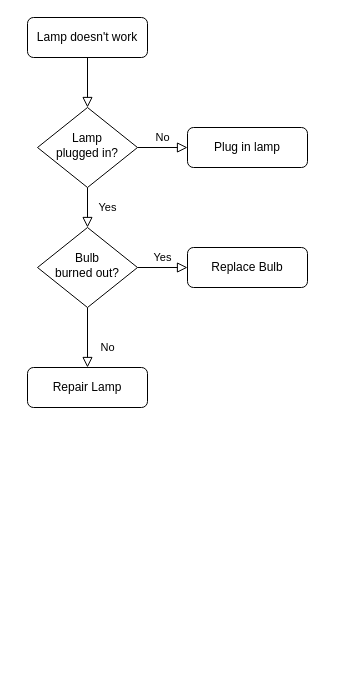
This is Untitled Diagram.drawio from jpedoukou/Flowcharts, a draw.io file, before an edit. Source tidied: cells renumbered, new cells numbered last; positions are measured from the earlier drawing's top-left corner, leaving out a move shared by most shapes. Both pictures are drawn from the tidied source at 100%, with x=0, y=0 at pixel (27, 17).
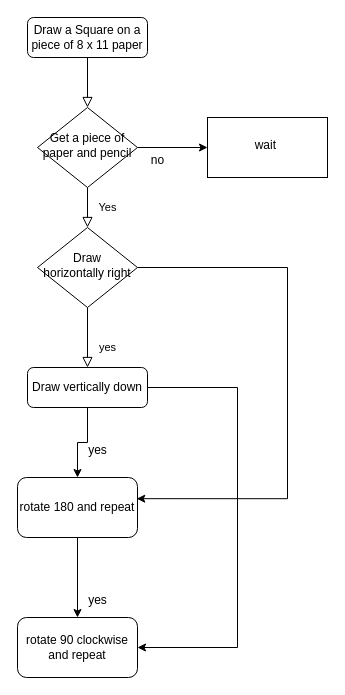
The same page after the edit.

Diff of the diagram source:
```diff
@@
-    <mxCell id="3" value="Lamp doesn't work" style="rounded=1;whiteSpace=wrap;html=1;fontSize=12;glass=0;strokeWidth=1;shadow=0;" parent="1" vertex="1">
+    <mxCell id="3" value="Draw a Square on a piece of 8 x 11 paper" style="rounded=1;whiteSpace=wrap;html=1;fontSize=12;glass=0;strokeWidth=1;shadow=0;" parent="1" vertex="1">
       <mxGeometry width="120" height="40" as="geometry" />
     </mxCell>
@@
-    <mxCell id="5" value="No" style="edgeStyle=orthogonalEdgeStyle;rounded=0;html=1;jettySize=auto;fontSize=11;endArrow=block;endFill=0;endSize=8;strokeWidth=1;shadow=0;labelBackgroundColor=none;" parent="1" edge="1" source="6" target="7">
-      <mxGeometry y="10" relative="1" as="geometry" />
-    </mxCell>
+    <mxCell id="13" style="edgeStyle=orthogonalEdgeStyle;rounded=0;jettySize=auto;html=1;" parent="1" edge="1" source="6" target="17">
+      <mxGeometry relative="1" as="geometry" />
+    </mxCell>
-    <mxCell id="6" value="Lamp&lt;br&gt;plugged in?" style="rhombus;whiteSpace=wrap;html=1;shadow=0;fontFamily=Helvetica;fontSize=12;align=center;strokeWidth=1;spacing=6;spacingTop=-4;" parent="1" vertex="1">
+    <mxCell id="6" value="Get a piece of paper and pencil" style="rhombus;whiteSpace=wrap;html=1;shadow=0;fontFamily=Helvetica;fontSize=12;align=center;strokeWidth=1;spacing=6;spacingTop=-4;" parent="1" vertex="1">
       <mxGeometry x="10" y="90" width="100" height="80" as="geometry" />
     </mxCell>
-    <mxCell id="7" value="Plug in lamp" style="rounded=1;whiteSpace=wrap;html=1;fontSize=12;glass=0;strokeWidth=1;shadow=0;" parent="1" vertex="1">
-      <mxGeometry x="160" y="110" width="120" height="40" as="geometry" />
-    </mxCell>
-    <mxCell id="8" value="No" style="rounded=0;html=1;jettySize=auto;fontSize=11;endArrow=block;endFill=0;endSize=8;strokeWidth=1;shadow=0;labelBackgroundColor=none;edgeStyle=orthogonalEdgeStyle;" parent="1" edge="1" source="10" target="11">
+    <mxCell id="8" value="yes" style="rounded=0;html=1;jettySize=auto;fontSize=11;endArrow=block;endFill=0;endSize=8;strokeWidth=1;shadow=0;labelBackgroundColor=none;edgeStyle=orthogonalEdgeStyle;" parent="1" edge="1" source="10" target="11">
       <mxGeometry x="0.33" y="20" relative="1" as="geometry" />
     </mxCell>
-    <mxCell id="9" value="Yes" style="edgeStyle=orthogonalEdgeStyle;rounded=0;html=1;jettySize=auto;fontSize=11;endArrow=block;endFill=0;endSize=8;strokeWidth=1;shadow=0;labelBackgroundColor=none;" parent="1" edge="1" source="10" target="12">
-      <mxGeometry y="10" relative="1" as="geometry" />
-    </mxCell>
+    <mxCell id="14" style="edgeStyle=orthogonalEdgeStyle;rounded=0;jettySize=auto;html=1;entryX=0.994;entryY=0.353;entryDx=0;entryDy=0;entryPerimeter=0;" parent="1" edge="1" source="10" target="20">
+      <mxGeometry relative="1" as="geometry">
+        <Array as="points">
+          <mxPoint x="260" y="250" />
+          <mxPoint x="260" y="481" />
+        </Array>
+      </mxGeometry>
+    </mxCell>
-    <mxCell id="10" value="Bulb&lt;br&gt;burned out?" style="rhombus;whiteSpace=wrap;html=1;shadow=0;fontFamily=Helvetica;fontSize=12;align=center;strokeWidth=1;spacing=6;spacingTop=-4;" parent="1" vertex="1">
+    <mxCell id="10" value="Draw horizontally right" style="rhombus;whiteSpace=wrap;html=1;shadow=0;fontFamily=Helvetica;fontSize=12;align=center;strokeWidth=1;spacing=6;spacingTop=-4;" parent="1" vertex="1">
       <mxGeometry x="10" y="210" width="100" height="80" as="geometry" />
     </mxCell>
+    <mxCell id="15" style="edgeStyle=orthogonalEdgeStyle;rounded=0;jettySize=auto;html=1;" parent="1" edge="1" source="11" target="20">
+      <mxGeometry relative="1" as="geometry" />
+    </mxCell>
+    <mxCell id="16" style="edgeStyle=orthogonalEdgeStyle;rounded=0;jettySize=auto;html=1;" parent="1" edge="1" source="11" target="22">
+      <mxGeometry relative="1" as="geometry">
+        <Array as="points">
+          <mxPoint x="210" y="370" />
+          <mxPoint x="210" y="630" />
+        </Array>
+      </mxGeometry>
+    </mxCell>
-    <mxCell id="11" value="Repair Lamp" style="rounded=1;whiteSpace=wrap;html=1;fontSize=12;glass=0;strokeWidth=1;shadow=0;" parent="1" vertex="1">
+    <mxCell id="11" value="Draw vertically down" style="rounded=1;whiteSpace=wrap;html=1;fontSize=12;glass=0;strokeWidth=1;shadow=0;" parent="1" vertex="1">
       <mxGeometry y="350" width="120" height="40" as="geometry" />
     </mxCell>
-    <mxCell id="12" value="Replace Bulb" style="rounded=1;whiteSpace=wrap;html=1;fontSize=12;glass=0;strokeWidth=1;shadow=0;" parent="1" vertex="1">
-      <mxGeometry x="160" y="230" width="120" height="40" as="geometry" />
-    </mxCell>
+    <mxCell id="17" value="wait&amp;nbsp;" style="whiteSpace=wrap;html=1;shadow=0;strokeWidth=1;spacing=6;spacingTop=-4;" parent="1" vertex="1">
+      <mxGeometry x="180" y="100" width="120" height="60" as="geometry" />
+    </mxCell>
+    <mxCell id="18" value="no" style="text;html=1;align=center;verticalAlign=middle;strokeColor=none;fillColor=none;" parent="1" vertex="1">
+      <mxGeometry x="110" y="128" width="40" height="30" as="geometry" />
+    </mxCell>
+    <mxCell id="19" style="edgeStyle=orthogonalEdgeStyle;rounded=0;jettySize=auto;html=1;" parent="1" edge="1" source="20" target="22">
+      <mxGeometry relative="1" as="geometry" />
+    </mxCell>
+    <mxCell id="20" value="rotate 180 and repeat" style="whiteSpace=wrap;html=1;rounded=1;glass=0;strokeWidth=1;shadow=0;" parent="1" vertex="1">
+      <mxGeometry x="-10" y="460" width="120" height="60" as="geometry" />
+    </mxCell>
+    <mxCell id="21" value="yes" style="text;html=1;align=center;verticalAlign=middle;strokeColor=none;fillColor=none;" parent="1" vertex="1">
+      <mxGeometry x="50" y="418" width="40" height="30" as="geometry" />
+    </mxCell>
+    <mxCell id="22" value="rotate 90 clockwise and repeat" style="whiteSpace=wrap;html=1;rounded=1;glass=0;strokeWidth=1;shadow=0;" parent="1" vertex="1">
+      <mxGeometry x="-10" y="600" width="120" height="60" as="geometry" />
+    </mxCell>
+    <mxCell id="23" value="yes" style="text;html=1;align=center;verticalAlign=middle;strokeColor=none;fillColor=none;" parent="1" vertex="1">
+      <mxGeometry x="50" y="568" width="40" height="30" as="geometry" />
+    </mxCell>
```
